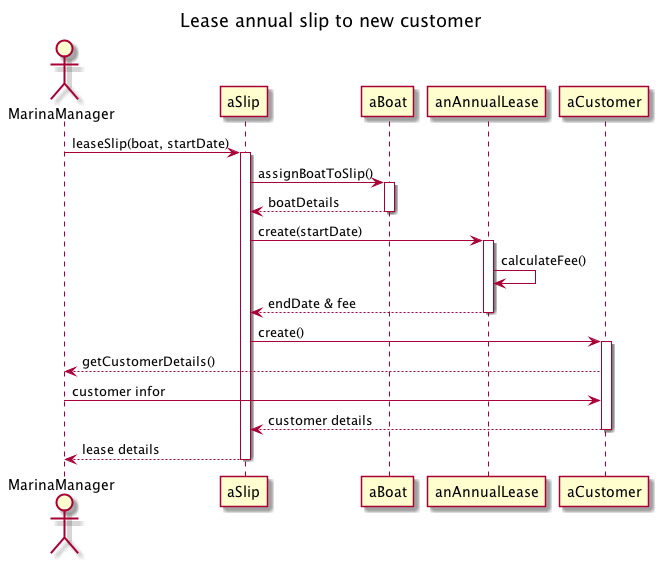
This is diagram/Lease annual slip to new customer.png from Ying-LUO/Java2_Assignment2, a PlantUML export, as it was before one commit. Its diagram source:
```plantuml
@startuml

title Lease annual slip to new customer
actor MarinaManager

participant aSlip
participant aBoat

MarinaManager -> aSlip : leaseSlip(boat, startDate)
activate aSlip

aSlip -> aBoat : assignBoatToSlip()
activate aBoat
aBoat --> aSlip : boatDetails
deactivate aBoat

aSlip -> anAnnualLease : create(startDate)
activate anAnnualLease
anAnnualLease -> anAnnualLease : calculateFee()
anAnnualLease --> aSlip : endDate & fee
deactivate anAnnualLease

aSlip -> aCustomer : create()
activate aCustomer
aCustomer --> MarinaManager : getCustomerDetails()
MarinaManager -> aCustomer : customer infor
aCustomer --> aSlip : customer details
deactivate aCustomer

aSlip --> MarinaManager : lease details
deactivate aSlip


@enduml
```
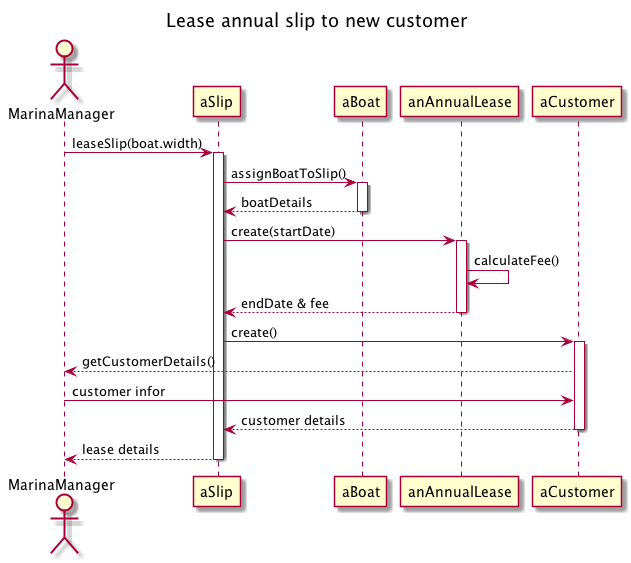
After the change.

Commit message:
update leaseslip parameter

What changed in the source:
```diff
@@ -6,7 +6,7 @@
 participant aSlip
 participant aBoat
 
-MarinaManager -> aSlip : leaseSlip(boat, startDate)
+MarinaManager -> aSlip : leaseSlip(boat.width)
 activate aSlip
 
 aSlip -> aBoat : assignBoatToSlip()
```
